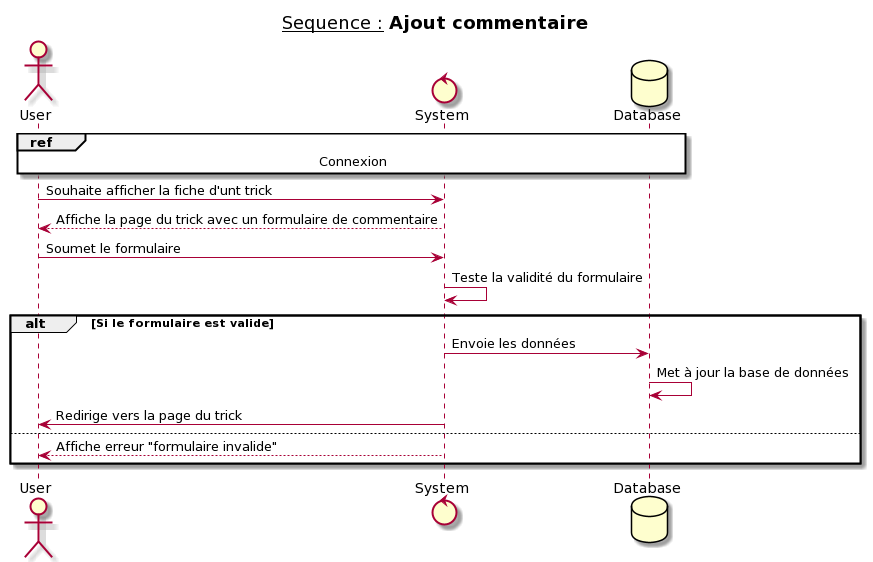
Earlier version of the PlantUML export _diagrammes/P06_S8 - Ajout Commentaire.png (Toasted201/OpenClassroom_P06).
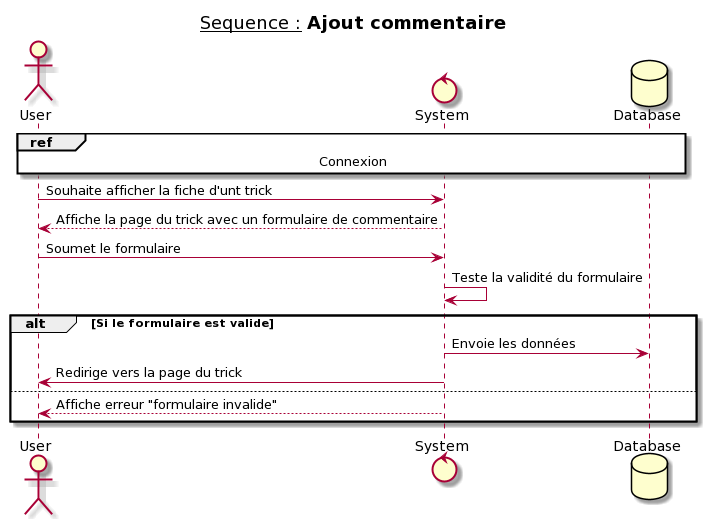
After the change.

Change to the diagram source:
```diff
@@ -12,7 +12,6 @@
 System -> System : Teste la validité du formulaire
 alt Si le formulaire est valide
   System -> Database : Envoie les données
-  Database -> Database : Met à jour la base de données
   System -> User : Redirige vers la page du trick
 else
     System --> User : Affiche erreur "formulaire invalide"
```
